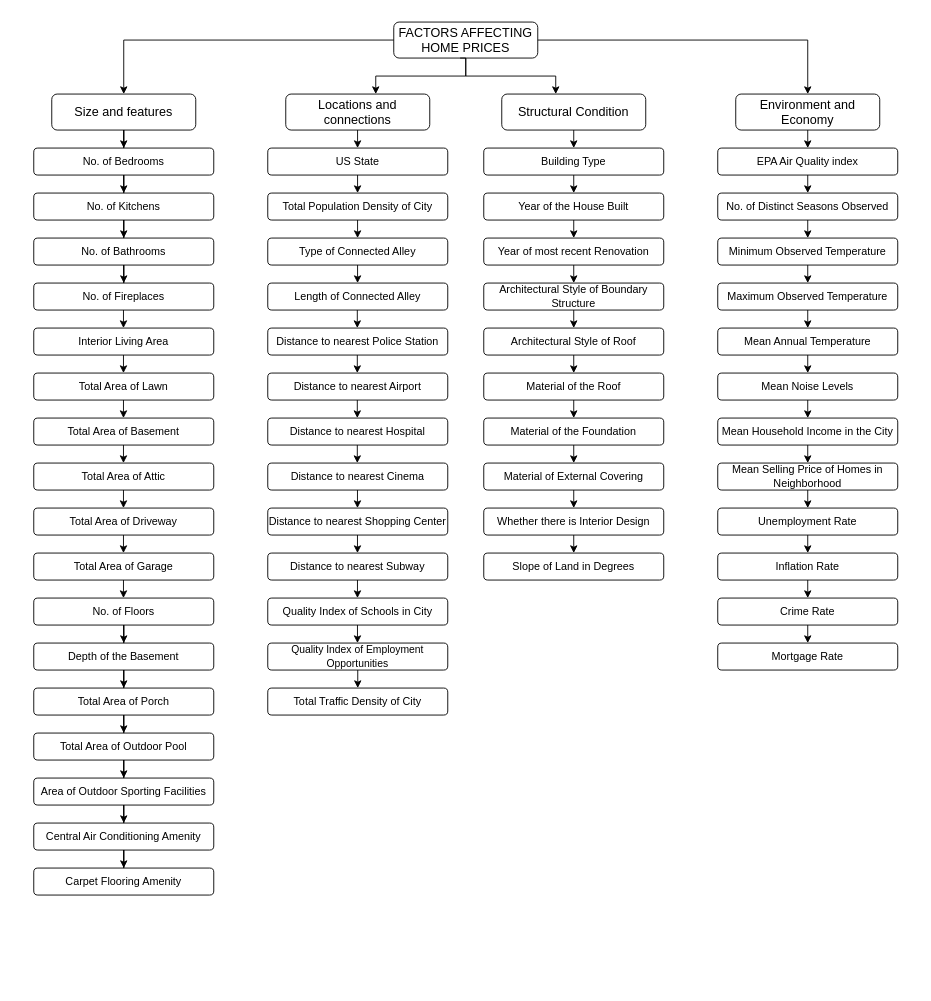
This is Factors.drawio from Shoisgenki/Homeprices, a draw.io file, before an edit. Source tidied: cells renumbered, new cells numbered last; positions are measured from the earlier drawing's top-left corner, leaving out a move shared by most shapes. Both pictures are drawn from the tidied source at 90%, with x=0, y=0 at pixel (33, 22).
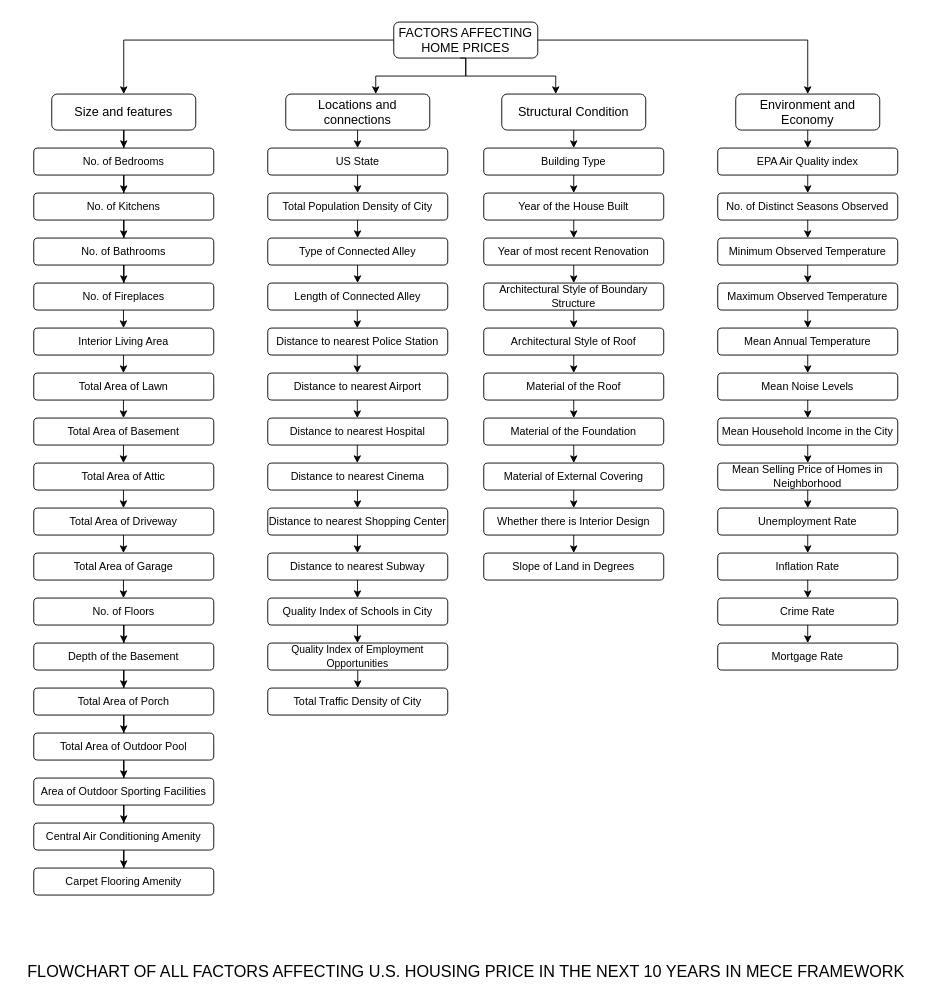
The same page after the edit.

Change to the diagram source:
```diff
@@
+    <mxCell id="122" value="&lt;div style=&quot;text-align: justify;&quot;&gt;&lt;span style=&quot;font-size: 18px;&quot;&gt;FLOWCHART OF ALL FACTORS AFFECTING U.S. HOUSING PRICE IN THE NEXT 10 YEARS IN MECE FRAMEWORK&lt;/span&gt;&lt;/div&gt;" style="text;html=1;align=center;verticalAlign=middle;strokeColor=none;fillColor=none;" parent="1" vertex="1">
+      <mxGeometry x="-20" y="1040" width="1000" height="30" as="geometry" />
+    </mxCell>
```
